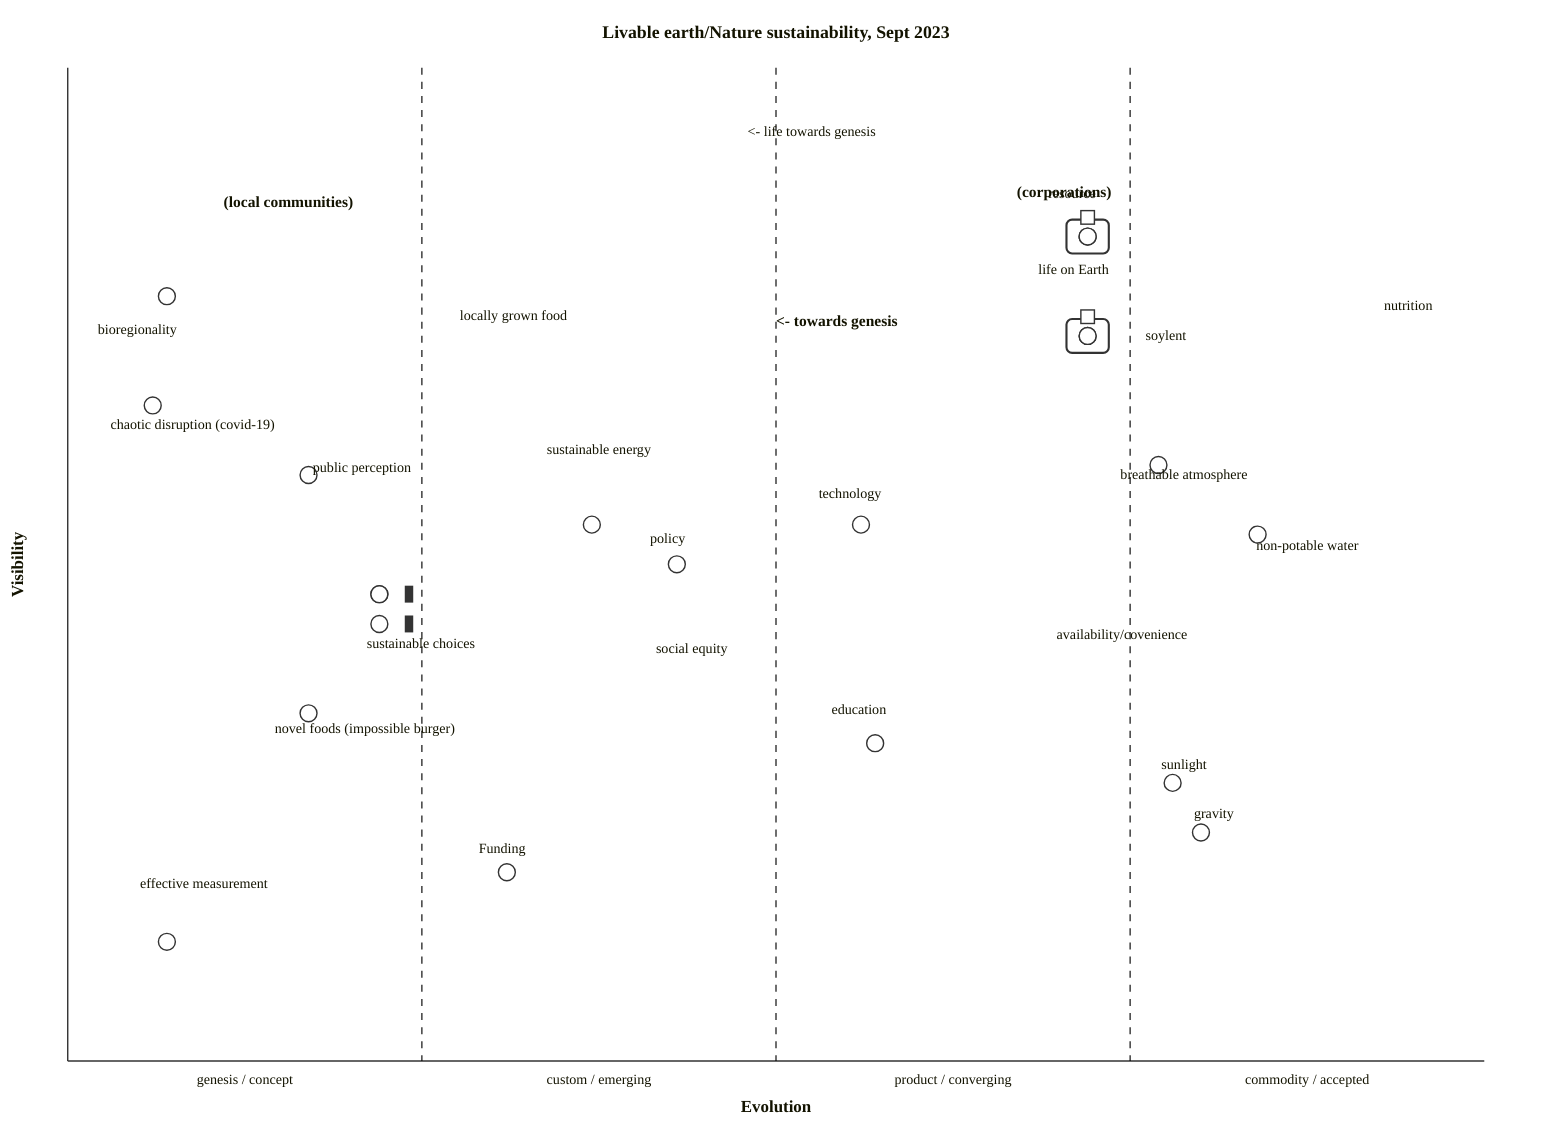
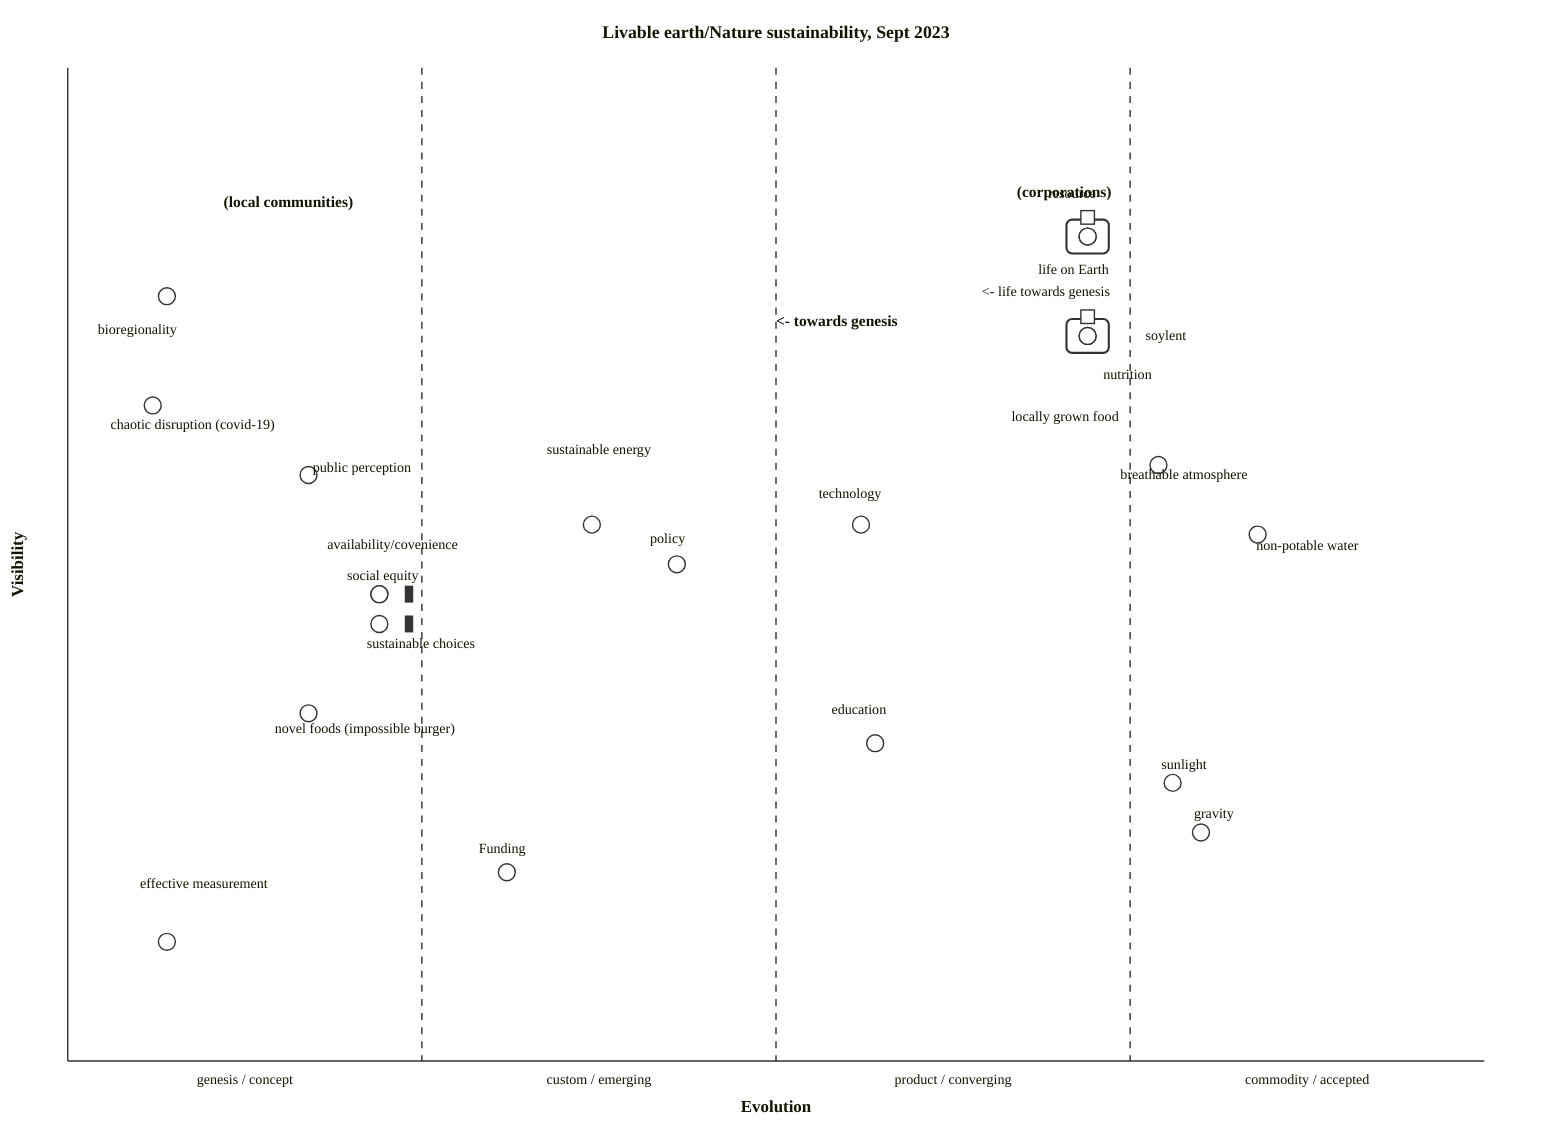
wardley-beta
title Livable earth/Nature sustainability, Sept 2023
size [1100, 800]
evolution genesis / concept -> custom / emerging -> product/ converging -> commodity / accepted

component life on Earth [0.83, 0.15] label [-35, 40]
pipeline life on Earth {
  component resource [0.72] label [-28, -27]
-   component "<- life towards genesis" [0.72] label [-241, -71]
+   component "<- life towards genesis" [0.72] label [-75, 42]
}

note "(corporations)" [0.87, 0.67]
note "(local communities)" [0.86, 0.11]

- component nutrition [0.73, 0.15] label [210, -5]
+ component nutrition [0.73, 0.15] label [11, 44]
pipeline nutrition {
  component soylent [0.72] label [41, 3]
-   component locally grown food [0.72] label [-445, -11]
+   component locally grown food [0.72] label [-54, 60]
}
note "<- towards genesis" [0.74, 0.50]

component breathable atmosphere [0.60, 0.77] label [-27, 10]

- component social equity [0.47, 0.22] label [196, 42]
- component "availability/covenience" [0.47, 0.22] label [480, 32] (inertia)
+ component social equity [0.47, 0.22] label [-23, -10]
+ component "availability/covenience" [0.47, 0.22] label [-37, -32] (inertia)
component sustainable choices [0.44, 0.22] label [-9, 17] (inertia)

component novel foods (impossible burger) [0.35, 0.17] label [-24, 14]

component chaotic disruption (covid-19) [0.66, 0.06] label [-30, 17]

component bioregionality [0.77, 0.07] label [-49, 27]

component non-potable water [0.53, 0.84] label [-1, 11]
component technology [0.54, 0.56] label [-30, -19]
component education [0.32, 0.57] label [-31, -21]
component Funding [0.19, 0.31] label [-20, -14]
component policy [0.50, 0.43] label [-19, -15]
component sunlight [0.28, 0.78] label [-8, -10]
component gravity [0.23, 0.80] label [-5, -10]
component effective measurement [0.12, 0.07] label [-19, -38]
component public perception [0.59, 0.17] label [3, -2]
component sustainable energy [0.54, 0.37] label [-32, -50]

